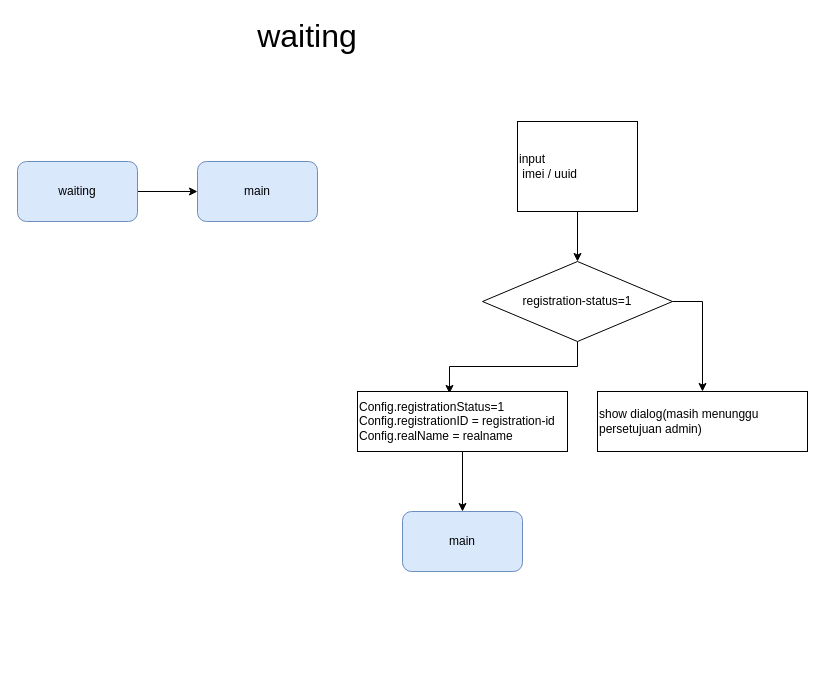
Above: page "waiting" (3 of 4) of Untitled Diagram.drawio in ahmadbasarudin/test123 (draw.io), before the change. Source tidied: cells renumbered, new cells numbered last; positions are measured from the earlier drawing's top-left corner, leaving out a move shared by most shapes. Both pictures are drawn from the tidied source at 100%, with x=0, y=0 at pixel (17, 21).
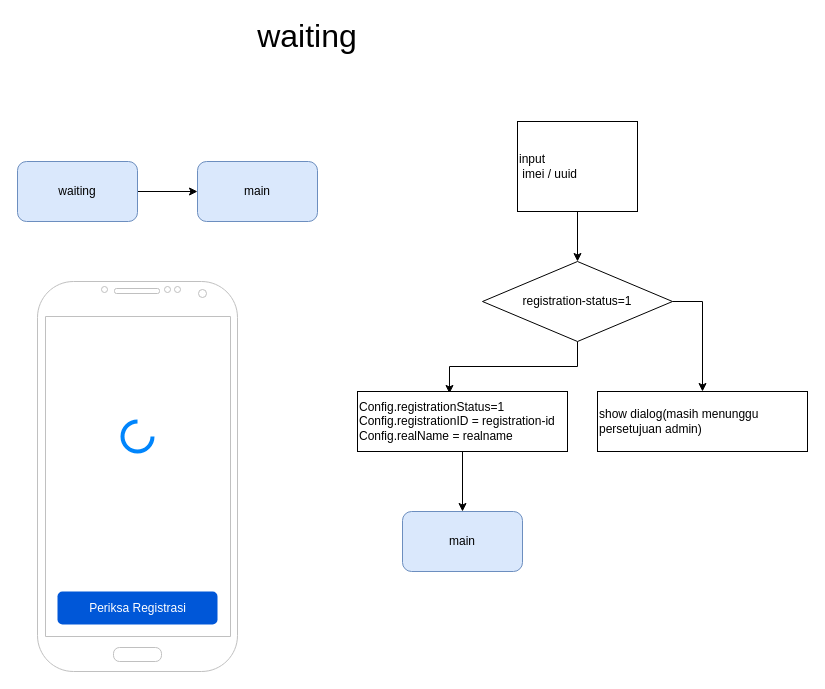
The same page after the edit.

Change to the diagram source:
```diff
@@
 <mxGraphModel>
   <root>
     <mxCell id="0" />
     <mxCell id="1" parent="0" />
     <mxCell id="2" style="edgeStyle=orthogonalEdgeStyle;rounded=0;jettySize=auto;html=1;exitX=0.5;exitY=1;exitDx=0;exitDy=0;entryX=0.5;entryY=0;entryDx=0;entryDy=0;fontSize=32;fontColor=#000000;" parent="1" edge="1" source="3" target="6">
       <mxGeometry relative="1" as="geometry" />
     </mxCell>
     <mxCell id="3" value="input&lt;br&gt;&lt;div&gt;&lt;div style=&quot;text-align: justify&quot;&gt;&lt;span style=&quot;white-space: pre&quot;&gt; imei / uuid&lt;/span&gt;&lt;/div&gt;&lt;/div&gt;" style="rounded=0;whiteSpace=wrap;html=1;align=left;" parent="1" vertex="1">
       <mxGeometry x="500" y="100" width="120" height="90" as="geometry" />
     </mxCell>
     <mxCell id="4" style="edgeStyle=orthogonalEdgeStyle;rounded=0;jettySize=auto;html=1;exitX=0.5;exitY=1;exitDx=0;exitDy=0;entryX=0.438;entryY=0.033;entryDx=0;entryDy=0;entryPerimeter=0;fontSize=32;fontColor=#000000;" parent="1" edge="1" source="6" target="8">
       <mxGeometry relative="1" as="geometry" />
     </mxCell>
     <mxCell id="5" style="edgeStyle=orthogonalEdgeStyle;rounded=0;jettySize=auto;html=1;exitX=1;exitY=0.5;exitDx=0;exitDy=0;fontSize=32;fontColor=#000000;" parent="1" edge="1" source="6" target="9">
       <mxGeometry relative="1" as="geometry" />
     </mxCell>
     <mxCell id="6" value="registration-status=1" style="rhombus;whiteSpace=wrap;html=1;fontColor=#000000;align=center;" parent="1" vertex="1">
       <mxGeometry x="465" y="240" width="190" height="80" as="geometry" />
     </mxCell>
     <mxCell id="7" style="edgeStyle=orthogonalEdgeStyle;rounded=0;jettySize=auto;html=1;exitX=0.5;exitY=1;exitDx=0;exitDy=0;fontSize=32;fontColor=#000000;" parent="1" edge="1" source="8" target="14">
       <mxGeometry relative="1" as="geometry" />
     </mxCell>
     <mxCell id="8" value="Config.registrationStatus=1&lt;br&gt;Config.registrationID = registration-id&lt;br&gt;Config.realName = realname" style="rounded=0;whiteSpace=wrap;html=1;fontColor=#000000;align=left;" parent="1" vertex="1">
       <mxGeometry x="340" y="370" width="210" height="60" as="geometry" />
     </mxCell>
     <mxCell id="9" value="show dialog(masih menunggu persetujuan admin)" style="rounded=0;whiteSpace=wrap;html=1;fontColor=#000000;align=left;" parent="1" vertex="1">
       <mxGeometry x="580" y="370" width="210" height="60" as="geometry" />
     </mxCell>
     <mxCell id="10" value="waiting" style="text;html=1;strokeColor=none;fillColor=none;align=center;verticalAlign=middle;whiteSpace=wrap;rounded=0;fontColor=#000000;fontSize=32;" parent="1" vertex="1">
       <mxGeometry x="260" width="60" height="30" as="geometry" />
     </mxCell>
     <mxCell id="11" style="edgeStyle=orthogonalEdgeStyle;rounded=0;jettySize=auto;html=1;exitX=1;exitY=0.5;exitDx=0;exitDy=0;fontSize=32;fontColor=#000000;" parent="1" edge="1" source="12" target="13">
       <mxGeometry relative="1" as="geometry" />
     </mxCell>
     <mxCell id="12" value="waiting" style="rounded=1;whiteSpace=wrap;html=1;fillColor=#dae8fc;strokeColor=#6c8ebf;" parent="1" vertex="1">
       <mxGeometry y="140" width="120" height="60" as="geometry" />
     </mxCell>
     <mxCell id="13" value="main" style="rounded=1;whiteSpace=wrap;html=1;fillColor=#dae8fc;strokeColor=#6c8ebf;" parent="1" vertex="1">
       <mxGeometry x="180" y="140" width="120" height="60" as="geometry" />
     </mxCell>
     <mxCell id="14" value="main" style="rounded=1;whiteSpace=wrap;html=1;fillColor=#dae8fc;strokeColor=#6c8ebf;" parent="1" vertex="1">
       <mxGeometry x="385" y="490" width="120" height="60" as="geometry" />
     </mxCell>
+    <mxCell id="15" style="verticalLabelPosition=bottom;verticalAlign=top;html=1;shadow=0;dashed=0;strokeWidth=1;shape=mxgraph.android.phone2;strokeColor=#c0c0c0;" parent="1" vertex="1">
+      <mxGeometry x="20" y="260" width="200" height="390" as="geometry" />
+    </mxCell>
+    <mxCell id="16" value="Periksa Registrasi" style="rounded=1;fillColor=#0057D8;strokeColor=none;html=1;fontColor=#ffffff;align=center;verticalAlign=middle;fontStyle=0;fontSize=12;sketch=0;" parent="1" vertex="1">
+      <mxGeometry x="40" y="570" width="160" height="33" as="geometry" />
+    </mxCell>
+    <mxCell id="17" style="html=1;shadow=0;dashed=0;shape=mxgraph.basic.arc;startAngle=0.25;endAngle=1;strokeWidth=4;strokeColor=#0085FC;" parent="1" vertex="1">
+      <mxGeometry x="105" y="400" width="30" height="30" as="geometry" />
+    </mxCell>
   </root>
 </mxGraphModel>
```
